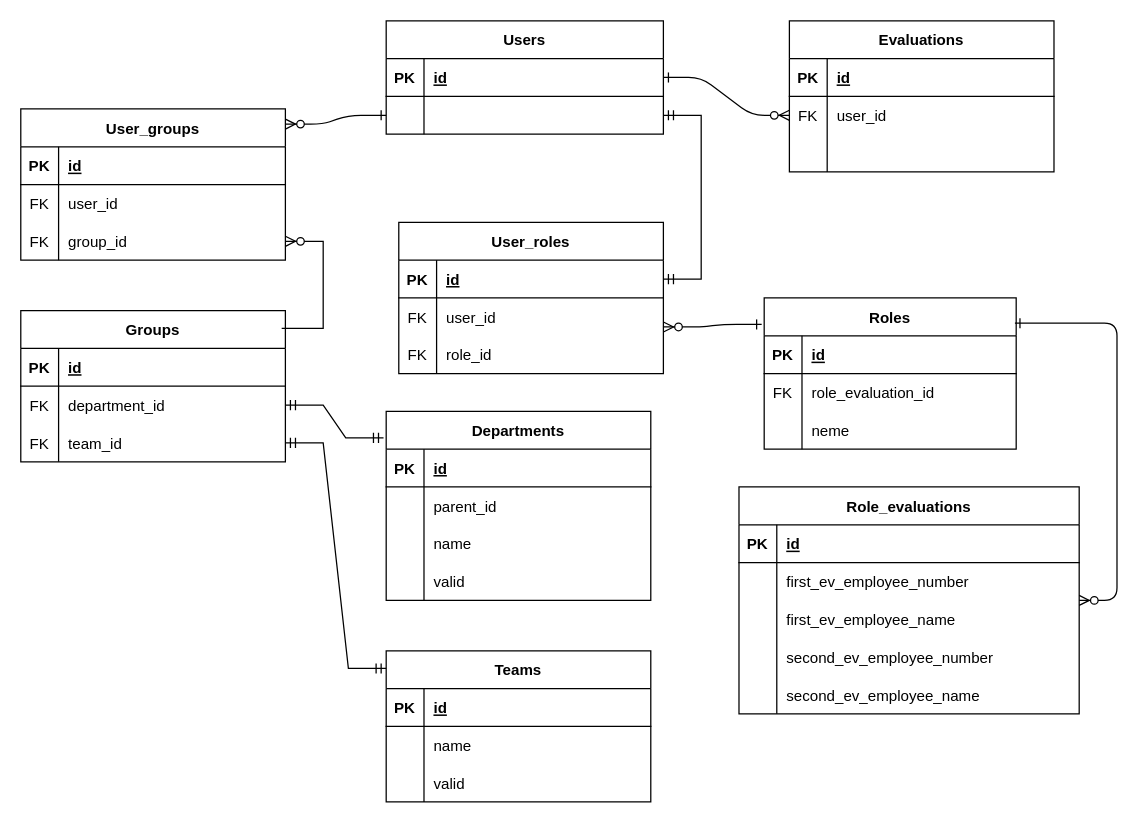
Above: 名称未設定ファイル.drawio in satohirok/twitter_clone_ER (draw.io), before the change. Source tidied: cells renumbered, new cells numbered last; positions are measured from the earlier drawing's top-left corner, leaving out a move shared by most shapes. Both pictures are drawn from the tidied source at 126%, with x=0, y=0 at pixel (-30, 20).
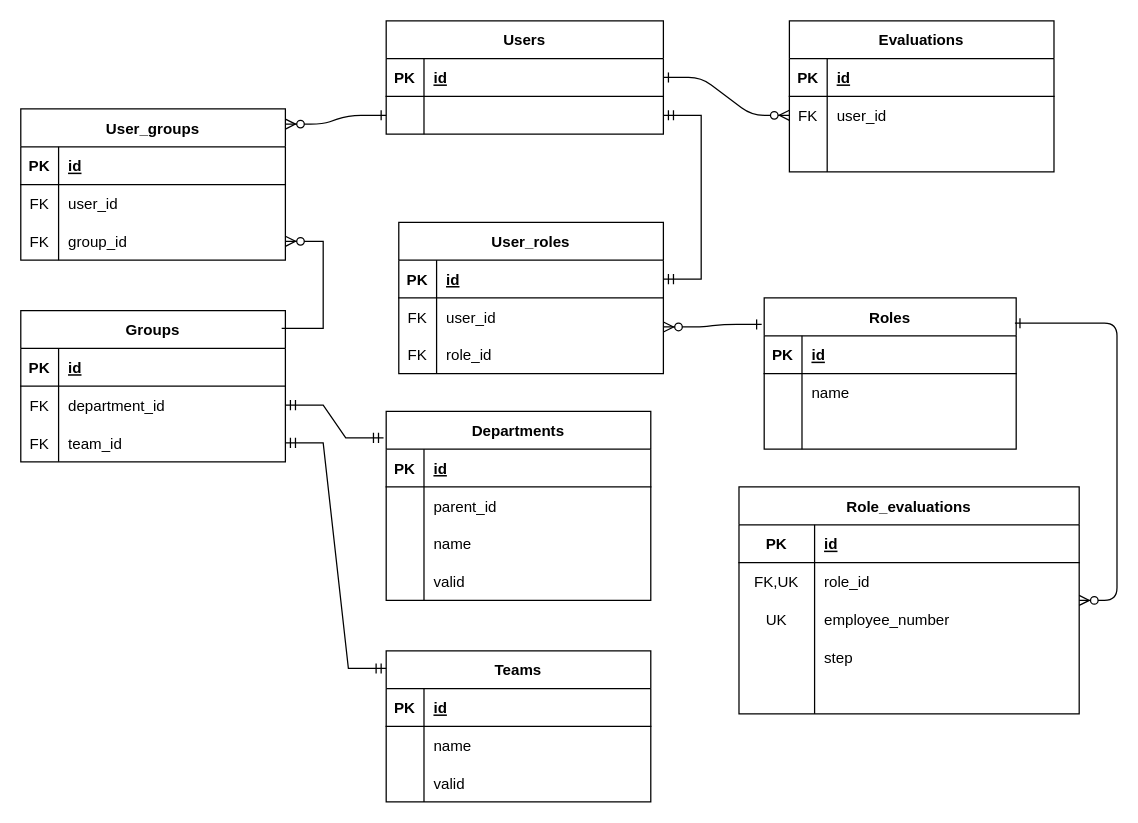
The same page after the edit.

Commit message:
名称未設定ファイル.drawio を更新します

The change refers to these unchanged cells:
```xml
<mxCell id="34" style="shape=partialRectangle;fillColor=none;top=0;left=0;right=0;bottom=0;" parent="30" vertex="1">
  <mxGeometry y="60" width="200" height="30" as="geometry" />
</mxCell>
<mxCell id="37" style="shape=partialRectangle;fillColor=none;top=0;left=0;right=0;bottom=0;" parent="30" vertex="1">
  <mxGeometry y="90" width="200" height="30" as="geometry" />
</mxCell>
<mxCell id="41" style="shape=partialRectangle;fillColor=none;top=0;left=0;right=0;bottom=1;" parent="40" vertex="1">
  <mxGeometry y="30" width="270" height="30" as="geometry" />
</mxCell>
<mxCell id="44" style="shape=partialRectangle;fillColor=none;top=0;left=0;right=0;bottom=0;" parent="40" vertex="1">
  <mxGeometry y="60" width="270" height="30" as="geometry" />
</mxCell>
<mxCell id="47" style="shape=partialRectangle;fillColor=none;top=0;left=0;right=0;bottom=0;" parent="40" vertex="1">
  <mxGeometry y="90" width="270" height="30" as="geometry" />
</mxCell>
<mxCell id="50" style="shape=partialRectangle;fillColor=none;top=0;left=0;right=0;bottom=0;" parent="40" vertex="1">
  <mxGeometry y="120" width="270" height="30" as="geometry" />
</mxCell>
<mxCell id="53" style="shape=partialRectangle;fillColor=none;top=0;left=0;right=0;bottom=0;" parent="40" vertex="1">
  <mxGeometry y="150" width="270" height="30" as="geometry" />
</mxCell>
```

What changed in the source:
```diff
@@
-    <mxCell id="35" value="FK" style="shape=partialRectangle;overflow=hidden;fillColor=none;top=0;left=0;bottom=0;right=0;" parent="34" vertex="1">
+    <mxCell id="35" style="shape=partialRectangle;overflow=hidden;fillColor=none;top=0;left=0;bottom=0;right=0;" parent="34" vertex="1">
       <mxGeometry width="30" height="30" as="geometry" />
     </mxCell>
-    <mxCell id="36" value="role_evaluation_id" style="shape=partialRectangle;overflow=hidden;fillColor=none;top=0;left=0;bottom=0;right=0;align=left;spacingLeft=6;" parent="34" vertex="1">
+    <mxCell id="36" value="name" style="shape=partialRectangle;overflow=hidden;fillColor=none;top=0;left=0;bottom=0;right=0;align=left;spacingLeft=6;" parent="34" vertex="1">
       <mxGeometry x="30" width="170" height="30" as="geometry" />
     </mxCell>
@@
-    <mxCell id="39" value="neme" style="shape=partialRectangle;overflow=hidden;fillColor=none;top=0;left=0;bottom=0;right=0;align=left;spacingLeft=6;" parent="37" vertex="1">
+    <mxCell id="39" style="shape=partialRectangle;overflow=hidden;fillColor=none;top=0;left=0;bottom=0;right=0;align=left;spacingLeft=6;" parent="37" vertex="1">
       <mxGeometry x="30" width="170" height="30" as="geometry" />
     </mxCell>
@@
     <mxCell id="42" value="PK" style="shape=partialRectangle;overflow=hidden;fillColor=none;top=0;left=0;bottom=0;right=0;fontStyle=1;" parent="41" vertex="1">
-      <mxGeometry width="30" height="30" as="geometry" />
+      <mxGeometry width="60" height="30" as="geometry" />
     </mxCell>
     <mxCell id="43" value="id" style="shape=partialRectangle;overflow=hidden;fillColor=none;top=0;left=0;bottom=0;right=0;align=left;spacingLeft=6;fontStyle=5;" parent="41" vertex="1">
-      <mxGeometry x="30" width="240" height="30" as="geometry" />
+      <mxGeometry x="60" width="210" height="30" as="geometry" />
     </mxCell>
@@
-    <mxCell id="45" style="shape=partialRectangle;overflow=hidden;fillColor=none;top=0;left=0;bottom=0;right=0;" parent="44" vertex="1">
-      <mxGeometry width="30" height="30" as="geometry" />
-    </mxCell>
-    <mxCell id="46" value="first_ev_employee_number" style="shape=partialRectangle;overflow=hidden;fillColor=none;top=0;left=0;bottom=0;right=0;align=left;spacingLeft=6;" parent="44" vertex="1">
-      <mxGeometry x="30" width="240" height="30" as="geometry" />
-    </mxCell>
+    <mxCell id="106" value="FK,UK" style="shape=partialRectangle;overflow=hidden;fillColor=none;top=0;left=0;bottom=0;right=0;" parent="44" vertex="1">
+      <mxGeometry width="60" height="30" as="geometry" />
+    </mxCell>
+    <mxCell id="107" value="role_id" style="shape=partialRectangle;overflow=hidden;fillColor=none;top=0;left=0;bottom=0;right=0;align=left;spacingLeft=6;" parent="44" vertex="1">
+      <mxGeometry x="60" width="210" height="30" as="geometry" />
+    </mxCell>
@@
-    <mxCell id="48" style="shape=partialRectangle;overflow=hidden;fillColor=none;top=0;left=0;bottom=0;right=0;" parent="47" vertex="1">
-      <mxGeometry width="30" height="30" as="geometry" />
+    <mxCell id="48" value="UK" style="shape=partialRectangle;overflow=hidden;fillColor=none;top=0;left=0;bottom=0;right=0;" parent="47" vertex="1">
+      <mxGeometry width="60" height="30" as="geometry" />
     </mxCell>
-    <mxCell id="49" value="first_ev_employee_name" style="shape=partialRectangle;overflow=hidden;fillColor=none;top=0;left=0;bottom=0;right=0;align=left;spacingLeft=6;" parent="47" vertex="1">
-      <mxGeometry x="30" width="240" height="30" as="geometry" />
+    <mxCell id="49" value="employee_number" style="shape=partialRectangle;overflow=hidden;fillColor=none;top=0;left=0;bottom=0;right=0;align=left;spacingLeft=6;" parent="47" vertex="1">
+      <mxGeometry x="60" width="210" height="30" as="geometry" />
     </mxCell>
@@
     <mxCell id="51" style="shape=partialRectangle;overflow=hidden;fillColor=none;top=0;left=0;bottom=0;right=0;" parent="50" vertex="1">
-      <mxGeometry width="30" height="30" as="geometry" />
+      <mxGeometry width="60" height="30" as="geometry" />
     </mxCell>
-    <mxCell id="52" value="second_ev_employee_number" style="shape=partialRectangle;overflow=hidden;fillColor=none;top=0;left=0;bottom=0;right=0;align=left;spacingLeft=6;" parent="50" vertex="1">
-      <mxGeometry x="30" width="240" height="30" as="geometry" />
+    <mxCell id="52" value="step" style="shape=partialRectangle;overflow=hidden;fillColor=none;top=0;left=0;bottom=0;right=0;align=left;spacingLeft=6;" parent="50" vertex="1">
+      <mxGeometry x="60" width="210" height="30" as="geometry" />
     </mxCell>
@@
     <mxCell id="54" style="shape=partialRectangle;overflow=hidden;fillColor=none;top=0;left=0;bottom=0;right=0;" parent="53" vertex="1">
-      <mxGeometry width="30" height="30" as="geometry" />
+      <mxGeometry width="60" height="30" as="geometry" />
     </mxCell>
-    <mxCell id="55" value="second_ev_employee_name" style="shape=partialRectangle;overflow=hidden;fillColor=none;top=0;left=0;bottom=0;right=0;align=left;spacingLeft=6;" parent="53" vertex="1">
-      <mxGeometry x="30" width="240" height="30" as="geometry" />
+    <mxCell id="55" style="shape=partialRectangle;overflow=hidden;fillColor=none;top=0;left=0;bottom=0;right=0;align=left;spacingLeft=6;" parent="53" vertex="1">
+      <mxGeometry x="60" width="210" height="30" as="geometry" />
     </mxCell>
```
